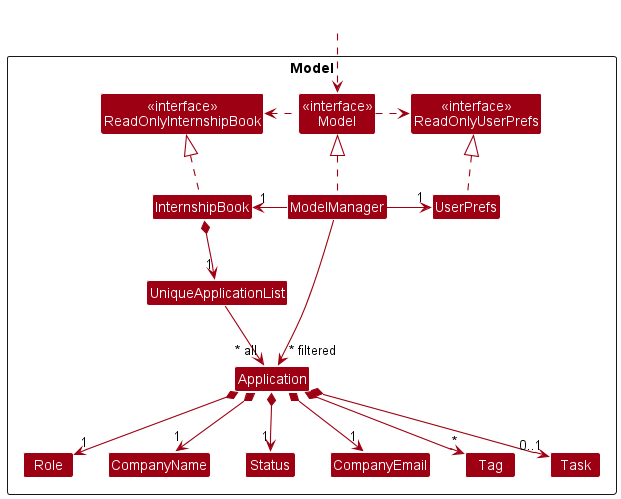
Before: docs/images/ModelClassDiagram.png, a diagram exported from PlantUML (nus-cs2103-AY2223S2/tp).
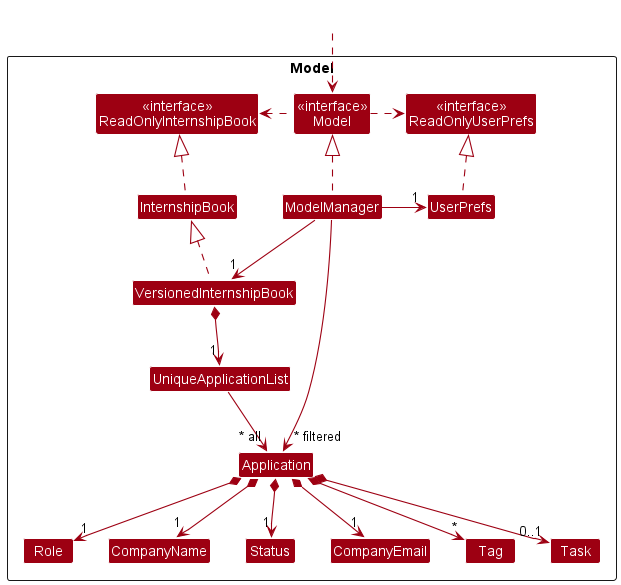
The same file after the commit.

The edit, as a diff of the source:
```diff
@@ -9,6 +9,7 @@
 Class "<<interface>>\nReadOnlyUserPrefs" as ReadOnlyUserPrefs
 Class "<<interface>>\nModel" as ModelInterface
 Class InternshipBook
+Class VersionedInternshipBook
 Class ModelManager
 Class UserPrefs
 
@@ -26,15 +27,16 @@
 HiddenOutside ..> ModelInterface
 
 InternshipBook .up.|> ReadOnlyInternshipBook
+VersionedInternshipBook .up.|> InternshipBook
 
 ModelManager .up.|> ModelInterface
 ModelInterface .right.> ReadOnlyUserPrefs
 ModelInterface .left.> ReadOnlyInternshipBook
-ModelManager -left-> "1" InternshipBook
+ModelManager -down-> "1" VersionedInternshipBook
 ModelManager -right-> "1" UserPrefs
 UserPrefs .up.|> ReadOnlyUserPrefs
 
-InternshipBook *--> "1" UniqueApplicationList
+VersionedInternshipBook *--> "1" UniqueApplicationList
 UniqueApplicationList --> "~* all" Application
 ModelManager -->"~* filtered" Application
 
```
